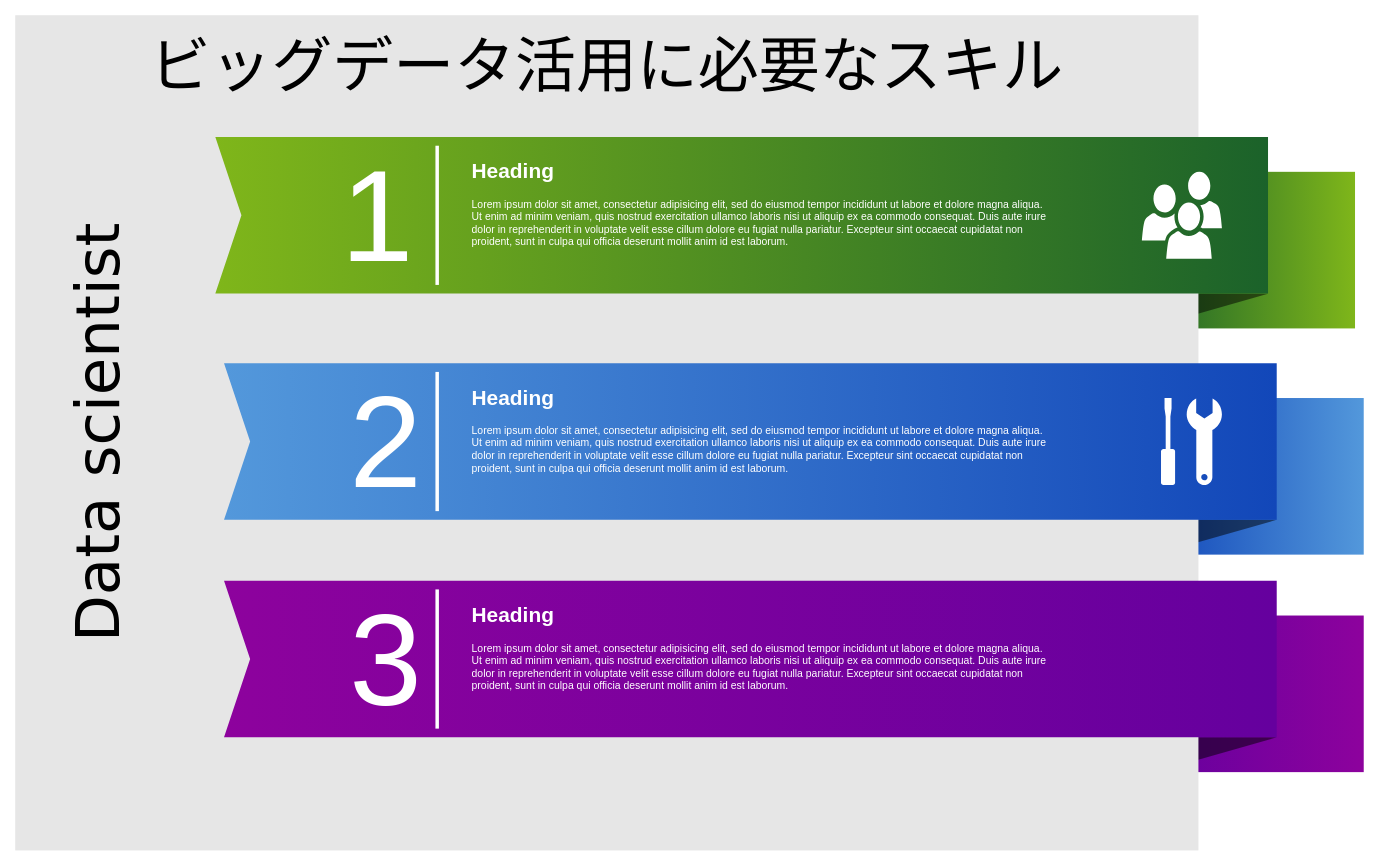
Above: 名称未設定ファイル.drawio in motohalu/HelloGit (draw.io), before the change. Source tidied: cells renumbered, new cells numbered last; positions are measured from the earlier drawing's top-left corner, leaving out a move shared by most shapes. Both pictures are drawn from the tidied source at 87%, with x=0, y=0 at pixel (15, 15).
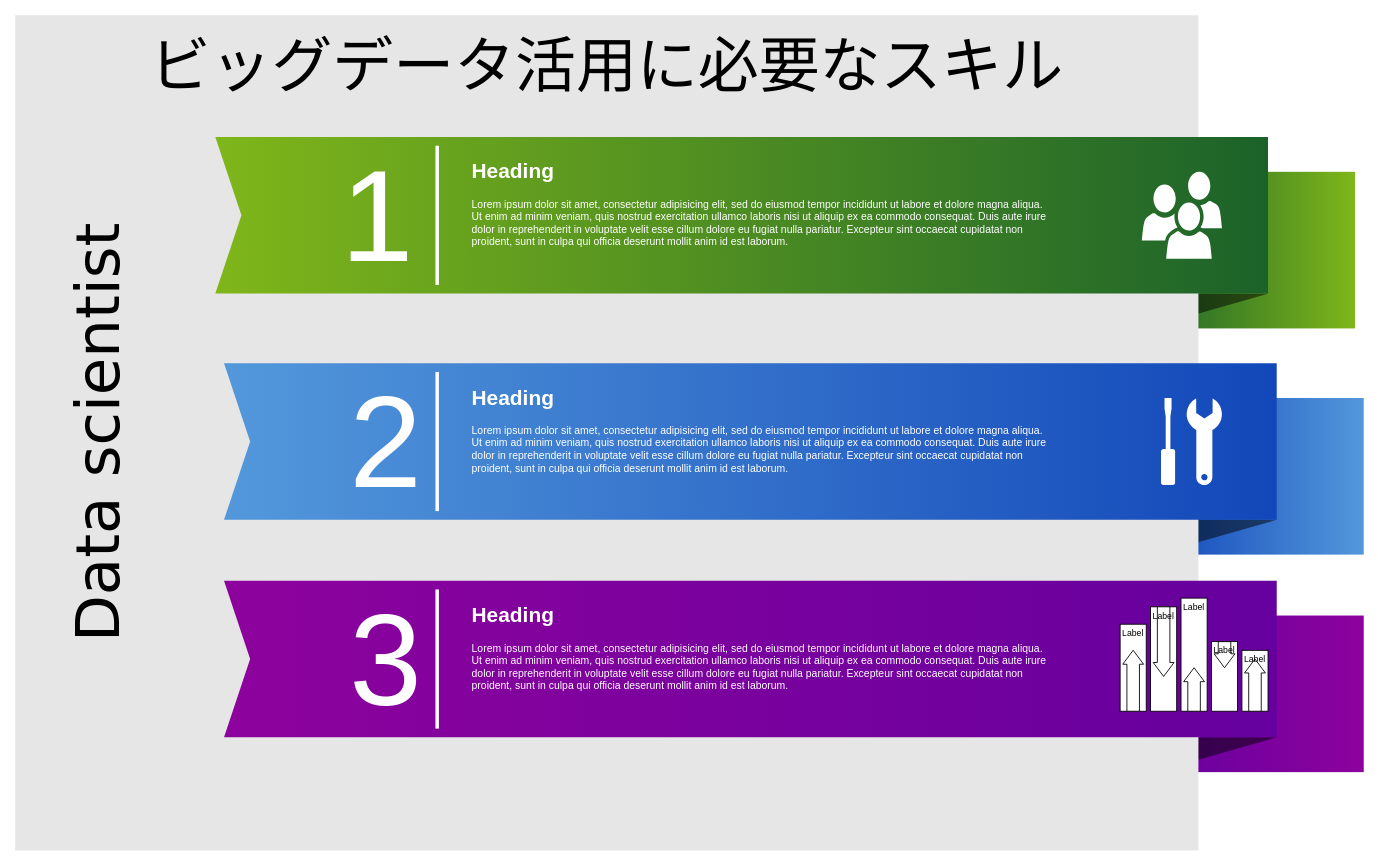
The same page after the edit.

Commit message (it also covers changes not shown here):
名称未設定ファイル.drawio を更新します

The edit, as a diff of the source:
```diff
@@
+    <mxCell id="24" style="group;" parent="1" vertex="1">
+      <mxGeometry x="1270" y="670" width="170" height="130" as="geometry" />
+    </mxCell>
+    <mxCell id="25" parent="24" vertex="1">
+      <mxGeometry y="30" width="30" height="100" as="geometry" />
+    </mxCell>
+    <mxCell id="26" style="shape=mxgraph.arrows2.arrow;dy=0.4;dx=16;notch=0;direction=north;" parent="25" vertex="1">
+      <mxGeometry x="3" y="30" width="24" height="70" as="geometry" />
+    </mxCell>
+    <mxCell id="27" value="Label" style="text;html=1;align=center;verticalAlign=middle;whiteSpace=wrap;fontSize=10;" parent="25" vertex="1">
+      <mxGeometry width="30" height="20" as="geometry" />
+    </mxCell>
+    <mxCell id="28" parent="24" vertex="1">
+      <mxGeometry x="35" y="10" width="30" height="120" as="geometry" />
+    </mxCell>
+    <mxCell id="29" style="shape=mxgraph.arrows2.arrow;dy=0.4;dx=16;notch=0;direction=south;" parent="28" vertex="1">
+      <mxGeometry x="3" width="24" height="80" as="geometry" />
+    </mxCell>
+    <mxCell id="30" value="Label" style="text;html=1;align=center;verticalAlign=middle;whiteSpace=wrap;fontSize=10;" parent="28" vertex="1">
+      <mxGeometry width="30" height="20" as="geometry" />
+    </mxCell>
+    <mxCell id="31" parent="24" vertex="1">
+      <mxGeometry x="70" width="30" height="130" as="geometry" />
+    </mxCell>
+    <mxCell id="32" style="shape=mxgraph.arrows2.arrow;dy=0.4;dx=16;notch=0;direction=north;" parent="31" vertex="1">
+      <mxGeometry x="3" y="80" width="24" height="50" as="geometry" />
+    </mxCell>
+    <mxCell id="33" value="Label" style="text;html=1;align=center;verticalAlign=middle;whiteSpace=wrap;fontSize=10;" parent="31" vertex="1">
+      <mxGeometry width="30" height="20" as="geometry" />
+    </mxCell>
+    <mxCell id="34" parent="24" vertex="1">
+      <mxGeometry x="105" y="50" width="30" height="80" as="geometry" />
+    </mxCell>
+    <mxCell id="35" style="shape=mxgraph.arrows2.arrow;dy=0.4;dx=16;notch=0;direction=south;" parent="34" vertex="1">
+      <mxGeometry x="3" width="24" height="30" as="geometry" />
+    </mxCell>
+    <mxCell id="36" value="Label" style="text;html=1;align=center;verticalAlign=middle;whiteSpace=wrap;fontSize=10;" parent="34" vertex="1">
+      <mxGeometry width="30" height="20" as="geometry" />
+    </mxCell>
+    <mxCell id="37" parent="24" vertex="1">
+      <mxGeometry x="140" y="60" width="30" height="70" as="geometry" />
+    </mxCell>
+    <mxCell id="38" style="shape=mxgraph.arrows2.arrow;dy=0.4;dx=16;notch=0;direction=north;" parent="37" vertex="1">
+      <mxGeometry x="3" y="10" width="24" height="60" as="geometry" />
+    </mxCell>
+    <mxCell id="39" value="Label" style="text;html=1;align=center;verticalAlign=middle;whiteSpace=wrap;fontSize=10;" parent="37" vertex="1">
+      <mxGeometry width="30" height="20" as="geometry" />
+    </mxCell>
```
